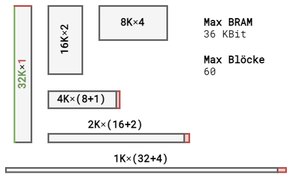
Before: semester 4/summary/digital design/images/fpga_bram_blocks.png, a diagram exported from draw.io (joelvonrotz/BSc-electrical-engineering). Source tidied: cells renumbered, new cells last; positions are measured from the earlier drawing's top-left corner, leaving out a move shared by most shapes. Source of this version:
```xml
<mxGraphModel math="1">
  <root>
    <mxCell id="0" />
    <mxCell id="1" parent="0" />
    <mxCell id="2" style="rounded=0;whiteSpace=wrap;html=1;fillColor=#f8cecc;strokeColor=#b85450;" parent="1" vertex="1">
      <mxGeometry x="190" y="95" width="5" height="2.5" as="geometry" />
    </mxCell>
    <mxCell id="3" style="rounded=0;whiteSpace=wrap;html=1;fillColor=#f8cecc;strokeColor=#b85450;" parent="1" vertex="1">
      <mxGeometry x="95" y="50" width="2" height="10" as="geometry" />
    </mxCell>
    <mxCell id="4" style="rounded=0;whiteSpace=wrap;html=1;fontColor=#333333;fillColor=#f5f5f5;strokeColor=#666666;" parent="1" vertex="1">
      <mxGeometry x="35" width="10" height="80" as="geometry" />
    </mxCell>
    <mxCell id="5" value="&lt;b style=&quot;color: rgb(0, 0, 0); font-family: &amp;quot;roboto mono&amp;quot;; font-size: 6px;&quot;&gt;16K&lt;/b&gt;&lt;span style=&quot;color: rgb(0, 0, 0); font-family: &amp;quot;roboto mono&amp;quot;; font-size: 6px;&quot;&gt;×&lt;/span&gt;&lt;b style=&quot;color: rgb(0, 0, 0); font-family: &amp;quot;roboto mono&amp;quot;; font-size: 6px;&quot;&gt;2&lt;/b&gt;" style="rounded=0;whiteSpace=wrap;html=1;fontColor=#333333;fillColor=#f5f5f5;strokeColor=#666666;horizontal=0;spacingTop=0;fontSize=6;" parent="1" vertex="1">
      <mxGeometry x="55" width="20" height="40" as="geometry" />
    </mxCell>
    <mxCell id="6" value="&lt;p style=&quot;line-height: 1 ; font-size: 6px&quot;&gt;&lt;b style=&quot;color: rgb(0 , 0 , 0) ; font-family: &amp;quot;roboto mono&amp;quot;&quot;&gt;8K&lt;/b&gt;&lt;span style=&quot;color: rgb(0 , 0 , 0) ; font-family: &amp;quot;roboto mono&amp;quot;&quot;&gt;×&lt;/span&gt;&lt;b style=&quot;color: rgb(0 , 0 , 0) ; font-family: &amp;quot;roboto mono&amp;quot;&quot;&gt;4&lt;/b&gt;&lt;/p&gt;" style="rounded=0;whiteSpace=wrap;html=1;fontColor=#333333;fillColor=#f5f5f5;strokeColor=#666666;align=center;spacingBottom=2;" parent="1" vertex="1">
      <mxGeometry x="85" width="40" height="20" as="geometry" />
    </mxCell>
    <mxCell id="7" value="&lt;p style=&quot;line-height: 0.9; font-size: 6px;&quot;&gt;&lt;b style=&quot;color: rgb(0, 0, 0); font-family: &amp;quot;roboto mono&amp;quot;; font-size: 6px;&quot;&gt;4K&lt;/b&gt;&lt;span style=&quot;color: rgb(0, 0, 0); font-family: &amp;quot;roboto mono&amp;quot;; font-size: 6px;&quot;&gt;×&lt;/span&gt;&lt;b style=&quot;color: rgb(0, 0, 0); font-family: &amp;quot;roboto mono&amp;quot;; font-size: 6px;&quot;&gt;(8+1)&lt;/b&gt;&lt;/p&gt;" style="rounded=0;whiteSpace=wrap;html=1;fontColor=#333333;fillColor=#f5f5f5;strokeColor=#666666;fontSize=6;spacingTop=0;" parent="1" vertex="1">
      <mxGeometry x="55" y="50" width="40" height="10" as="geometry" />
    </mxCell>
    <mxCell id="8" style="rounded=0;whiteSpace=wrap;html=1;fillColor=#f8cecc;strokeColor=#b85450;" parent="1" vertex="1">
      <mxGeometry x="135" y="75" width="3" height="5" as="geometry" />
    </mxCell>
    <mxCell id="9" style="rounded=0;whiteSpace=wrap;html=1;fontColor=#333333;fillColor=#f5f5f5;strokeColor=#666666;" parent="1" vertex="1">
      <mxGeometry x="55" y="75" width="80" height="5" as="geometry" />
    </mxCell>
    <mxCell id="10" style="rounded=0;whiteSpace=wrap;html=1;fontColor=#333333;fillColor=#f5f5f5;strokeColor=#666666;" parent="1" vertex="1">
      <mxGeometry x="30" y="95" width="160" height="2.5" as="geometry" />
    </mxCell>
    <mxCell id="11" value="&lt;font color=&quot;#6c9455&quot; style=&quot;font-size: 6px;&quot;&gt;&lt;b style=&quot;font-size: 6px;&quot;&gt;32K&lt;/b&gt;&lt;/font&gt;×&lt;b style=&quot;font-size: 6px;&quot;&gt;&lt;font color=&quot;#b85450&quot; style=&quot;font-size: 6px;&quot;&gt;1&lt;/font&gt;&lt;/b&gt;" style="text;html=1;strokeColor=none;fillColor=none;align=center;verticalAlign=middle;whiteSpace=wrap;rounded=0;rotation=-90;fontSize=6;fontFamily=Roboto Mono;fontSource=https%3A%2F%2Ffonts.googleapis.com%2Fcss%3Ffamily%3DRoboto%2BMono;spacingTop=0;" parent="1" vertex="1">
      <mxGeometry y="35" width="80" height="10" as="geometry" />
    </mxCell>
    <mxCell id="12" style="endArrow=none;html=1;rounded=0;fontFamily=Roboto Mono;fontSource=https%3A%2F%2Ffonts.googleapis.com%2Fcss%3Ffamily%3DRoboto%2BMono;fontSize=8;fillColor=#d5e8d4;strokeColor=#82b366;" parent="1" edge="1">
      <mxGeometry relative="1" as="geometry">
        <mxPoint x="35" y="80.5" as="sourcePoint" />
        <mxPoint x="35" as="targetPoint" />
      </mxGeometry>
    </mxCell>
    <mxCell id="13" style="endArrow=none;html=1;rounded=0;fontFamily=Roboto Mono;fontSource=https%3A%2F%2Ffonts.googleapis.com%2Fcss%3Ffamily%3DRoboto%2BMono;fontSize=8;fillColor=#f8cecc;strokeColor=#b85450;" parent="1" edge="1">
      <mxGeometry relative="1" as="geometry">
        <mxPoint x="45.5" as="sourcePoint" />
        <mxPoint x="34.5" as="targetPoint" />
      </mxGeometry>
    </mxCell>
    <mxCell id="14" value="&lt;b style=&quot;font-size: 6px;&quot;&gt;2K&lt;/b&gt;×&lt;b style=&quot;font-size: 6px;&quot;&gt;(16+2)&lt;/b&gt;" style="text;html=1;strokeColor=none;fillColor=none;align=center;verticalAlign=middle;whiteSpace=wrap;rounded=0;rotation=0;fontSize=6;fontFamily=Roboto Mono;fontSource=https%3A%2F%2Ffonts.googleapis.com%2Fcss%3Ffamily%3DRoboto%2BMono;spacingTop=0;" parent="1" vertex="1">
      <mxGeometry x="55" y="65" width="80" height="10" as="geometry" />
    </mxCell>
    <mxCell id="15" value="&lt;b style=&quot;font-size: 6px;&quot;&gt;1K&lt;/b&gt;×&lt;b style=&quot;font-size: 6px;&quot;&gt;(32+4)&lt;/b&gt;" style="text;html=1;strokeColor=none;fillColor=none;align=center;verticalAlign=middle;whiteSpace=wrap;rounded=0;rotation=0;fontSize=6;fontFamily=Roboto Mono;fontSource=https%3A%2F%2Ffonts.googleapis.com%2Fcss%3Ffamily%3DRoboto%2BMono;spacingTop=0;" parent="1" vertex="1">
      <mxGeometry x="30" y="85" width="160" height="10" as="geometry" />
    </mxCell>
    <mxCell id="16" value="&lt;font color=&quot;#000000&quot;&gt;&lt;b&gt;Max BRAM&lt;br&gt;&lt;/b&gt;36 KBit&lt;br&gt;&lt;br&gt;&lt;b&gt;Max Blöcke&lt;br&gt;&lt;/b&gt;60&lt;/font&gt;" style="text;html=1;strokeColor=none;fillColor=none;align=left;verticalAlign=top;whiteSpace=wrap;rounded=0;fontFamily=Roboto Mono;fontSource=https%3A%2F%2Ffonts.googleapis.com%2Fcss%3Ffamily%3DRoboto%2BMono;fontSize=6;fontColor=#B85450;spacing=0;spacingLeft=2;spacingBottom=0;spacingTop=-3;" parent="1" vertex="1">
      <mxGeometry x="145" y="5" width="50" height="70" as="geometry" />
    </mxCell>
  </root>
</mxGraphModel>
```
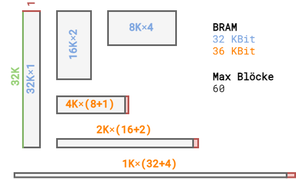
Later version of the same file.

What changed in the source:
```diff
@@ -11,13 +11,13 @@
     <mxCell id="4" style="rounded=0;whiteSpace=wrap;html=1;fontColor=#333333;fillColor=#f5f5f5;strokeColor=#666666;" parent="1" vertex="1">
       <mxGeometry x="35" width="10" height="80" as="geometry" />
     </mxCell>
-    <mxCell id="5" value="&lt;b style=&quot;color: rgb(0, 0, 0); font-family: &amp;quot;roboto mono&amp;quot;; font-size: 6px;&quot;&gt;16K&lt;/b&gt;&lt;span style=&quot;color: rgb(0, 0, 0); font-family: &amp;quot;roboto mono&amp;quot;; font-size: 6px;&quot;&gt;×&lt;/span&gt;&lt;b style=&quot;color: rgb(0, 0, 0); font-family: &amp;quot;roboto mono&amp;quot;; font-size: 6px;&quot;&gt;2&lt;/b&gt;" style="rounded=0;whiteSpace=wrap;html=1;fontColor=#333333;fillColor=#f5f5f5;strokeColor=#666666;horizontal=0;spacingTop=0;fontSize=6;" parent="1" vertex="1">
+    <mxCell id="5" value="&lt;font face=&quot;Roboto Mono&quot; color=&quot;#7ea6e0&quot;&gt;&lt;b style=&quot;font-size: 6px;&quot;&gt;16K&lt;/b&gt;&lt;span style=&quot;font-size: 6px;&quot;&gt;×&lt;/span&gt;&lt;b style=&quot;font-size: 6px;&quot;&gt;2&lt;/b&gt;&lt;/font&gt;" style="rounded=0;whiteSpace=wrap;html=1;fontColor=#333333;fillColor=#f5f5f5;strokeColor=#666666;horizontal=0;spacingTop=0;fontSize=6;" parent="1" vertex="1">
       <mxGeometry x="55" width="20" height="40" as="geometry" />
     </mxCell>
-    <mxCell id="6" value="&lt;p style=&quot;line-height: 1 ; font-size: 6px&quot;&gt;&lt;b style=&quot;color: rgb(0 , 0 , 0) ; font-family: &amp;quot;roboto mono&amp;quot;&quot;&gt;8K&lt;/b&gt;&lt;span style=&quot;color: rgb(0 , 0 , 0) ; font-family: &amp;quot;roboto mono&amp;quot;&quot;&gt;×&lt;/span&gt;&lt;b style=&quot;color: rgb(0 , 0 , 0) ; font-family: &amp;quot;roboto mono&amp;quot;&quot;&gt;4&lt;/b&gt;&lt;/p&gt;" style="rounded=0;whiteSpace=wrap;html=1;fontColor=#333333;fillColor=#f5f5f5;strokeColor=#666666;align=center;spacingBottom=2;" parent="1" vertex="1">
+    <mxCell id="6" value="&lt;p style=&quot;line-height: 1 ; font-size: 6px&quot;&gt;&lt;font color=&quot;#7ea6e0&quot;&gt;&lt;b style=&quot;&quot;&gt;8K&lt;/b&gt;&lt;span style=&quot;&quot;&gt;×&lt;/span&gt;&lt;b style=&quot;&quot;&gt;4&lt;/b&gt;&lt;/font&gt;&lt;/p&gt;" style="rounded=0;whiteSpace=wrap;html=1;fontColor=#333333;fillColor=#f5f5f5;strokeColor=#666666;align=center;spacingBottom=2;fontFamily=Roboto Mono;fontSource=https%3A%2F%2Ffonts.googleapis.com%2Fcss%3Ffamily%3DRoboto%2BMono;" parent="1" vertex="1">
       <mxGeometry x="85" width="40" height="20" as="geometry" />
     </mxCell>
-    <mxCell id="7" value="&lt;p style=&quot;line-height: 0.9; font-size: 6px;&quot;&gt;&lt;b style=&quot;color: rgb(0, 0, 0); font-family: &amp;quot;roboto mono&amp;quot;; font-size: 6px;&quot;&gt;4K&lt;/b&gt;&lt;span style=&quot;color: rgb(0, 0, 0); font-family: &amp;quot;roboto mono&amp;quot;; font-size: 6px;&quot;&gt;×&lt;/span&gt;&lt;b style=&quot;color: rgb(0, 0, 0); font-family: &amp;quot;roboto mono&amp;quot;; font-size: 6px;&quot;&gt;(8+1)&lt;/b&gt;&lt;/p&gt;" style="rounded=0;whiteSpace=wrap;html=1;fontColor=#333333;fillColor=#f5f5f5;strokeColor=#666666;fontSize=6;spacingTop=0;" parent="1" vertex="1">
+    <mxCell id="7" value="&lt;p style=&quot;line-height: 0.9; font-size: 6px;&quot;&gt;&lt;font color=&quot;#ff8000&quot; face=&quot;Roboto Mono&quot;&gt;&lt;b style=&quot;font-size: 6px;&quot;&gt;4K&lt;/b&gt;&lt;span style=&quot;font-size: 6px;&quot;&gt;×&lt;/span&gt;&lt;b style=&quot;font-size: 6px;&quot;&gt;(8+1)&lt;/b&gt;&lt;/font&gt;&lt;/p&gt;" style="rounded=0;whiteSpace=wrap;html=1;fontColor=#333333;fillColor=#f5f5f5;strokeColor=#666666;fontSize=6;spacingTop=0;" parent="1" vertex="1">
       <mxGeometry x="55" y="50" width="40" height="10" as="geometry" />
     </mxCell>
     <mxCell id="8" style="rounded=0;whiteSpace=wrap;html=1;fillColor=#f8cecc;strokeColor=#b85450;" parent="1" vertex="1">
@@ -29,7 +29,7 @@
     <mxCell id="10" style="rounded=0;whiteSpace=wrap;html=1;fontColor=#333333;fillColor=#f5f5f5;strokeColor=#666666;" parent="1" vertex="1">
       <mxGeometry x="30" y="95" width="160" height="2.5" as="geometry" />
     </mxCell>
-    <mxCell id="11" value="&lt;font color=&quot;#6c9455&quot; style=&quot;font-size: 6px;&quot;&gt;&lt;b style=&quot;font-size: 6px;&quot;&gt;32K&lt;/b&gt;&lt;/font&gt;×&lt;b style=&quot;font-size: 6px;&quot;&gt;&lt;font color=&quot;#b85450&quot; style=&quot;font-size: 6px;&quot;&gt;1&lt;/font&gt;&lt;/b&gt;" style="text;html=1;strokeColor=none;fillColor=none;align=center;verticalAlign=middle;whiteSpace=wrap;rounded=0;rotation=-90;fontSize=6;fontFamily=Roboto Mono;fontSource=https%3A%2F%2Ffonts.googleapis.com%2Fcss%3Ffamily%3DRoboto%2BMono;spacingTop=0;" parent="1" vertex="1">
+    <mxCell id="11" value="&lt;font color=&quot;#7ea6e0&quot;&gt;&lt;font style=&quot;font-size: 6px;&quot;&gt;&lt;b style=&quot;font-size: 6px;&quot;&gt;32K&lt;/b&gt;&lt;/font&gt;×&lt;b style=&quot;font-size: 6px;&quot;&gt;&lt;font style=&quot;font-size: 6px;&quot;&gt;1&lt;/font&gt;&lt;/b&gt;&lt;/font&gt;" style="text;html=1;strokeColor=none;fillColor=none;align=center;verticalAlign=middle;whiteSpace=wrap;rounded=0;rotation=-90;fontSize=6;fontFamily=Roboto Mono;fontSource=https%3A%2F%2Ffonts.googleapis.com%2Fcss%3Ffamily%3DRoboto%2BMono;spacingTop=0;" parent="1" vertex="1">
       <mxGeometry y="35" width="80" height="10" as="geometry" />
     </mxCell>
     <mxCell id="12" style="endArrow=none;html=1;rounded=0;fontFamily=Roboto Mono;fontSource=https%3A%2F%2Ffonts.googleapis.com%2Fcss%3Ffamily%3DRoboto%2BMono;fontSize=8;fillColor=#d5e8d4;strokeColor=#82b366;" parent="1" edge="1">
@@ -44,14 +44,20 @@
         <mxPoint x="34.5" as="targetPoint" />
       </mxGeometry>
     </mxCell>
-    <mxCell id="14" value="&lt;b style=&quot;font-size: 6px;&quot;&gt;2K&lt;/b&gt;×&lt;b style=&quot;font-size: 6px;&quot;&gt;(16+2)&lt;/b&gt;" style="text;html=1;strokeColor=none;fillColor=none;align=center;verticalAlign=middle;whiteSpace=wrap;rounded=0;rotation=0;fontSize=6;fontFamily=Roboto Mono;fontSource=https%3A%2F%2Ffonts.googleapis.com%2Fcss%3Ffamily%3DRoboto%2BMono;spacingTop=0;" parent="1" vertex="1">
+    <mxCell id="14" value="&lt;font color=&quot;#ff8000&quot;&gt;&lt;b style=&quot;font-size: 6px;&quot;&gt;2K&lt;/b&gt;×&lt;b style=&quot;font-size: 6px;&quot;&gt;(16+2)&lt;/b&gt;&lt;/font&gt;" style="text;html=1;strokeColor=none;fillColor=none;align=center;verticalAlign=middle;whiteSpace=wrap;rounded=0;rotation=0;fontSize=6;fontFamily=Roboto Mono;fontSource=https%3A%2F%2Ffonts.googleapis.com%2Fcss%3Ffamily%3DRoboto%2BMono;spacingTop=0;" parent="1" vertex="1">
       <mxGeometry x="55" y="65" width="80" height="10" as="geometry" />
     </mxCell>
-    <mxCell id="15" value="&lt;b style=&quot;font-size: 6px;&quot;&gt;1K&lt;/b&gt;×&lt;b style=&quot;font-size: 6px;&quot;&gt;(32+4)&lt;/b&gt;" style="text;html=1;strokeColor=none;fillColor=none;align=center;verticalAlign=middle;whiteSpace=wrap;rounded=0;rotation=0;fontSize=6;fontFamily=Roboto Mono;fontSource=https%3A%2F%2Ffonts.googleapis.com%2Fcss%3Ffamily%3DRoboto%2BMono;spacingTop=0;" parent="1" vertex="1">
+    <mxCell id="15" value="&lt;font color=&quot;#ff8000&quot;&gt;&lt;b style=&quot;font-size: 6px;&quot;&gt;1K&lt;/b&gt;×&lt;b style=&quot;font-size: 6px;&quot;&gt;(32+4)&lt;/b&gt;&lt;/font&gt;" style="text;html=1;strokeColor=none;fillColor=none;align=center;verticalAlign=middle;whiteSpace=wrap;rounded=0;rotation=0;fontSize=6;fontFamily=Roboto Mono;fontSource=https%3A%2F%2Ffonts.googleapis.com%2Fcss%3Ffamily%3DRoboto%2BMono;spacingTop=0;" parent="1" vertex="1">
       <mxGeometry x="30" y="85" width="160" height="10" as="geometry" />
     </mxCell>
-    <mxCell id="16" value="&lt;font color=&quot;#000000&quot;&gt;&lt;b&gt;Max BRAM&lt;br&gt;&lt;/b&gt;36 KBit&lt;br&gt;&lt;br&gt;&lt;b&gt;Max Blöcke&lt;br&gt;&lt;/b&gt;60&lt;/font&gt;" style="text;html=1;strokeColor=none;fillColor=none;align=left;verticalAlign=top;whiteSpace=wrap;rounded=0;fontFamily=Roboto Mono;fontSource=https%3A%2F%2Ffonts.googleapis.com%2Fcss%3Ffamily%3DRoboto%2BMono;fontSize=6;fontColor=#B85450;spacing=0;spacingLeft=2;spacingBottom=0;spacingTop=-3;" parent="1" vertex="1">
+    <mxCell id="16" value="&lt;b style=&quot;color: rgb(0, 0, 0);&quot;&gt;BRAM&lt;/b&gt;&lt;br&gt;&lt;font color=&quot;#7ea6e0&quot;&gt;32 KBit&lt;/font&gt;&lt;br&gt;&lt;font color=&quot;#ff8000&quot;&gt;36 KBit&lt;/font&gt;&lt;br&gt;&lt;br&gt;&lt;b style=&quot;color: rgb(0, 0, 0);&quot;&gt;Max Blöcke&lt;br&gt;&lt;/b&gt;&lt;font color=&quot;#000000&quot;&gt;60&lt;/font&gt;" style="text;html=1;strokeColor=none;fillColor=none;align=left;verticalAlign=top;whiteSpace=wrap;rounded=0;fontFamily=Roboto Mono;fontSource=https%3A%2F%2Ffonts.googleapis.com%2Fcss%3Ffamily%3DRoboto%2BMono;fontSize=6;fontColor=#B85450;spacing=0;spacingLeft=2;spacingBottom=0;spacingTop=-3;" parent="1" vertex="1">
       <mxGeometry x="145" y="5" width="50" height="70" as="geometry" />
     </mxCell>
+    <mxCell id="17" value="&lt;font style=&quot;font-size: 6px;&quot; face=&quot;Roboto Mono&quot;&gt;1&lt;/font&gt;" style="text;html=1;strokeColor=none;fillColor=none;align=center;verticalAlign=middle;whiteSpace=wrap;rounded=0;fontFamily=Helvetica;fontColor=#B85450;rotation=-90;fontStyle=1;" parent="1" vertex="1">
+      <mxGeometry x="38" y="-4" as="geometry" />
+    </mxCell>
+    <mxCell id="18" value="&lt;font style=&quot;font-size: 6px;&quot; face=&quot;Roboto Mono&quot;&gt;32K&lt;/font&gt;" style="text;html=1;strokeColor=none;fillColor=none;align=center;verticalAlign=middle;whiteSpace=wrap;rounded=0;fontFamily=Helvetica;fontColor=#97D077;rotation=-90;fontStyle=1;" parent="1" vertex="1">
+      <mxGeometry x="29" y="37" height="4" as="geometry" />
+    </mxCell>
   </root>
 </mxGraphModel>
```
